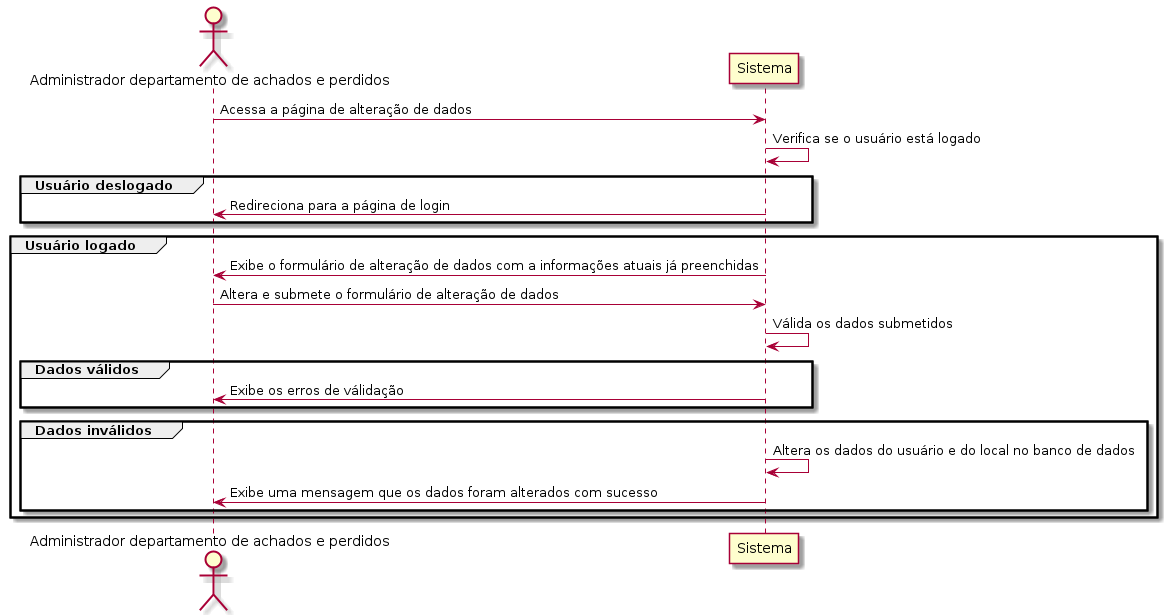
treinaweb/desafio-achados-e-perdidos keeps this PlantUML diagram as out/casos-de-uso/administrador/RAP07/RAP07.png. Above is the earlier version. Its diagram source:
```plantuml
@startuml RAP07

actor "Administrador departamento de achados e perdidos" as admin
participant "Sistema" as sistema

admin -> sistema: Acessa a página de alteração de dados
sistema -> sistema: Verifica se o usuário está logado

group Usuário deslogado
  sistema -> admin: Redireciona para a página de login
end

group Usuário logado
  sistema -> admin: Exibe o formulário de alteração de dados com a informações atuais já preenchidas
  admin -> sistema: Altera e submete o formulário de alteração de dados
  sistema -> sistema: Válida os dados submetidos

  group Dados válidos
    sistema -> admin: Exibe os erros de válidação
  end

  group Dados inválidos
    sistema -> sistema: Altera os dados do usuário e do local no banco de dados
    sistema -> admin: Exibe uma mensagem que os dados foram alterados com sucesso
  end
end

@enduml
```
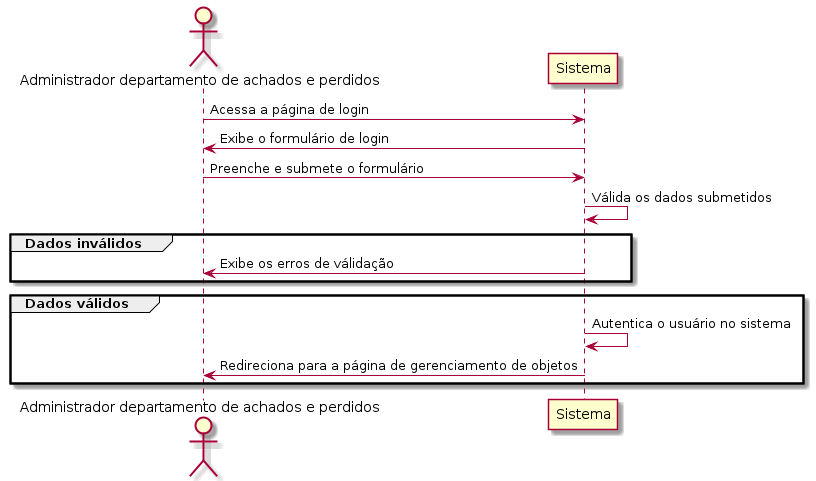
Later version of the same file.

Diff of the diagram source:
```diff
@@ -3,26 +3,18 @@
 actor "Administrador departamento de achados e perdidos" as admin
 participant "Sistema" as sistema
 
-admin -> sistema: Acessa a página de alteração de dados
-sistema -> sistema: Verifica se o usuário está logado
+admin -> sistema: Acessa a página de login
+sistema -> admin: Exibe o formulário de login
+admin -> sistema: Preenche e submete o formulário
+sistema -> sistema: Válida os dados submetidos
 
-group Usuário deslogado
-  sistema -> admin: Redireciona para a página de login
+group Dados inválidos
+  sistema -> admin: Exibe os erros de válidação
 end
 
-group Usuário logado
-  sistema -> admin: Exibe o formulário de alteração de dados com a informações atuais já preenchidas
-  admin -> sistema: Altera e submete o formulário de alteração de dados
-  sistema -> sistema: Válida os dados submetidos
-
-  group Dados válidos
-    sistema -> admin: Exibe os erros de válidação
-  end
-
-  group Dados inválidos
-    sistema -> sistema: Altera os dados do usuário e do local no banco de dados
-    sistema -> admin: Exibe uma mensagem que os dados foram alterados com sucesso
-  end
+group Dados válidos
+  sistema -> sistema: Autentica o usuário no sistema
+  sistema -> admin: Redireciona para a página de gerenciamento de objetos
 end
 
 @enduml
```
